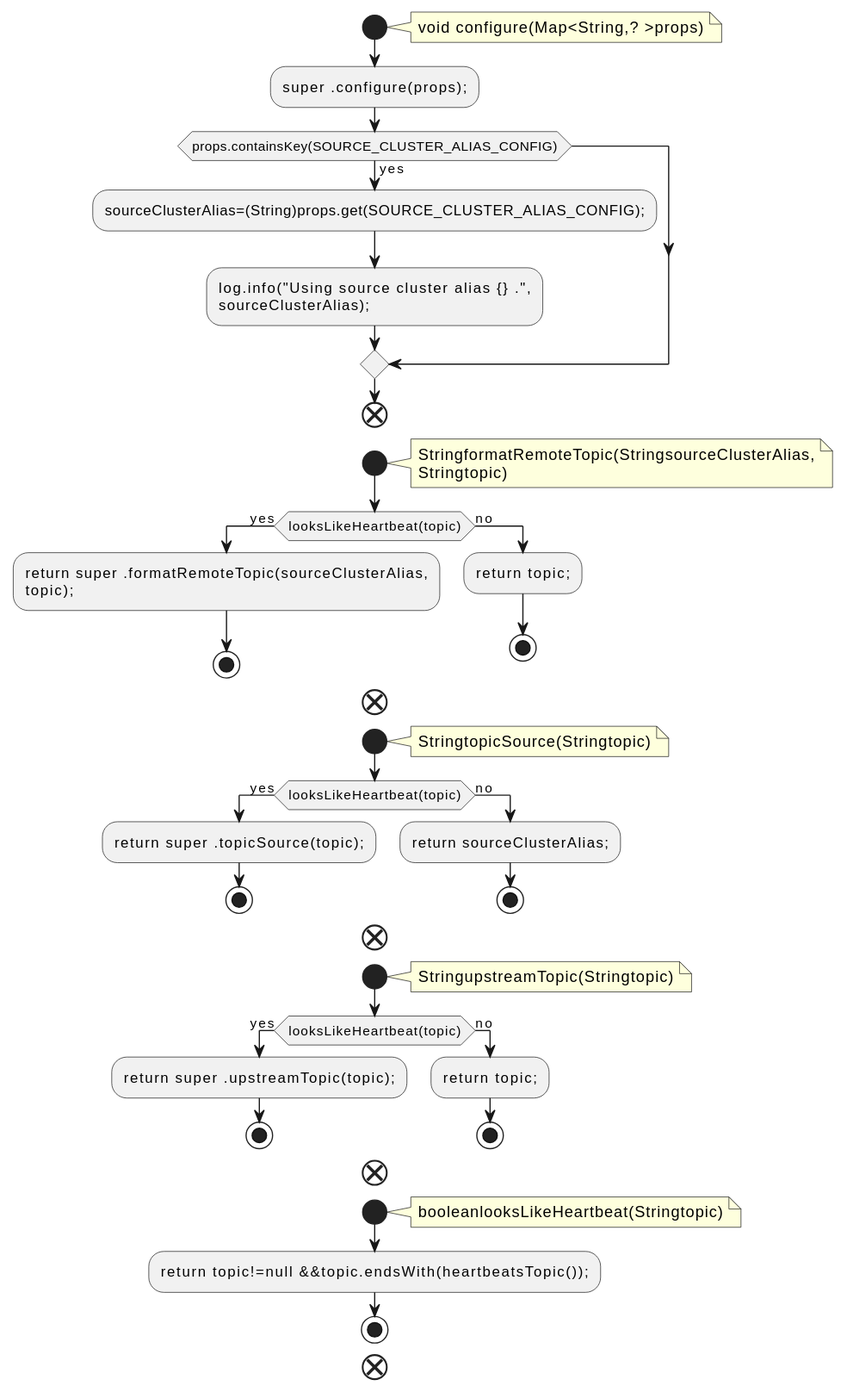
This is docs/qc/connect/mirror-client/src/main/java/org/apache/kafka/connect/mirror/IdentityReplicationPolicy.java.fct.svg from qualitesys/kafka, a PlantUML export, as it was before one commit. The source it was exported from:
```plantuml
@startuml
!pragma layout smetana
start
note right
void configure(Map<String,? >props)
end note
:super .configure(props);;
if (props.containsKey(SOURCE_CLUSTER_ALIAS_CONFIG)) then (yes)
:sourceClusterAlias=(String)props.get(SOURCE_CLUSTER_ALIAS_CONFIG);;
:log.info("Using source cluster alias  {} .",
sourceClusterAlias);;
endif
end
start
note right
StringformatRemoteTopic(StringsourceClusterAlias,
Stringtopic)
end note
if (looksLikeHeartbeat(topic)) then (yes)
:return super .formatRemoteTopic(sourceClusterAlias,
topic);;
stop
else (no)
:return topic;;
stop
endif
end
start
note right
StringtopicSource(Stringtopic)
end note
if (looksLikeHeartbeat(topic)) then (yes)
:return super .topicSource(topic);;
stop
else (no)
:return sourceClusterAlias;;
stop
endif
end
start
note right
StringupstreamTopic(Stringtopic)
end note
if (looksLikeHeartbeat(topic)) then (yes)
:return super .upstreamTopic(topic);;
stop
else (no)
:return topic;;
stop
endif
end
start
note right
booleanlooksLikeHeartbeat(Stringtopic)
end note
:return topic!=null &&topic.endsWith(heartbeatsTopic());;
stop
end
@enduml
```
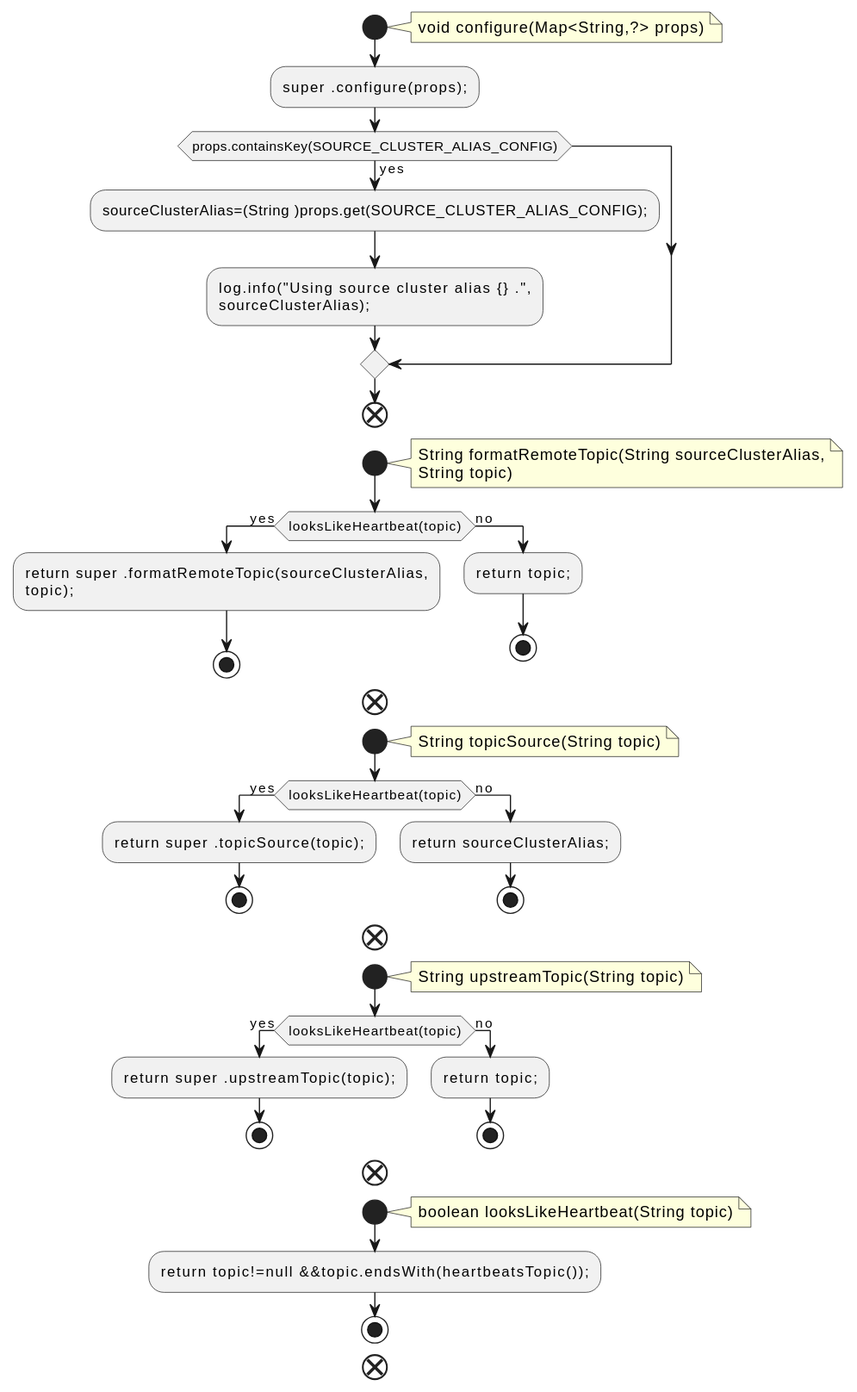
After the change.

Diff of the diagram source:
```diff
@@ -2,19 +2,19 @@
 !pragma layout smetana
 start
 note right
-void configure(Map<String,? >props)
+void configure(Map<String,?> props)
 end note
 :super .configure(props);;
 if (props.containsKey(SOURCE_CLUSTER_ALIAS_CONFIG)) then (yes)
-:sourceClusterAlias=(String)props.get(SOURCE_CLUSTER_ALIAS_CONFIG);;
+:sourceClusterAlias=(String )props.get(SOURCE_CLUSTER_ALIAS_CONFIG);;
 :log.info("Using source cluster alias  {} .",
 sourceClusterAlias);;
 endif
 end
 start
 note right
-StringformatRemoteTopic(StringsourceClusterAlias,
-Stringtopic)
+String formatRemoteTopic(String sourceClusterAlias,
+String topic)
 end note
 if (looksLikeHeartbeat(topic)) then (yes)
 :return super .formatRemoteTopic(sourceClusterAlias,
@@ -27,7 +27,7 @@
 end
 start
 note right
-StringtopicSource(Stringtopic)
+String topicSource(String topic)
 end note
 if (looksLikeHeartbeat(topic)) then (yes)
 :return super .topicSource(topic);;
@@ -39,7 +39,7 @@
 end
 start
 note right
-StringupstreamTopic(Stringtopic)
+String upstreamTopic(String topic)
 end note
 if (looksLikeHeartbeat(topic)) then (yes)
 :return super .upstreamTopic(topic);;
@@ -51,7 +51,7 @@
 end
 start
 note right
-booleanlooksLikeHeartbeat(Stringtopic)
+boolean looksLikeHeartbeat(String topic)
 end note
 :return topic!=null &&topic.endsWith(heartbeatsTopic());;
 stop
```
